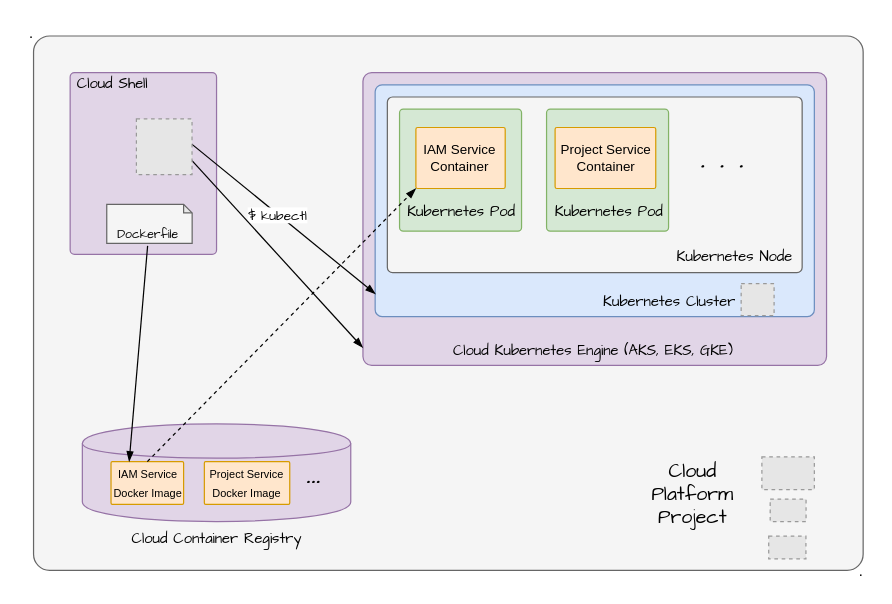
Earlier version of the draw.io diagram page "K8s" (2 of 4) of _files/High-Level_Design.drawio (aytekinyaliz/ylz-xyz-infra). Source tidied: cells renumbered, new cells numbered last; positions are measured from the earlier drawing's top-left corner, leaving out a move shared by most shapes. Both pictures are drawn from the tidied source at 122%, with x=0, y=0 at pixel (21, 21). Pictures stored in the file or linked from it are replaced by grey dashed boxes.
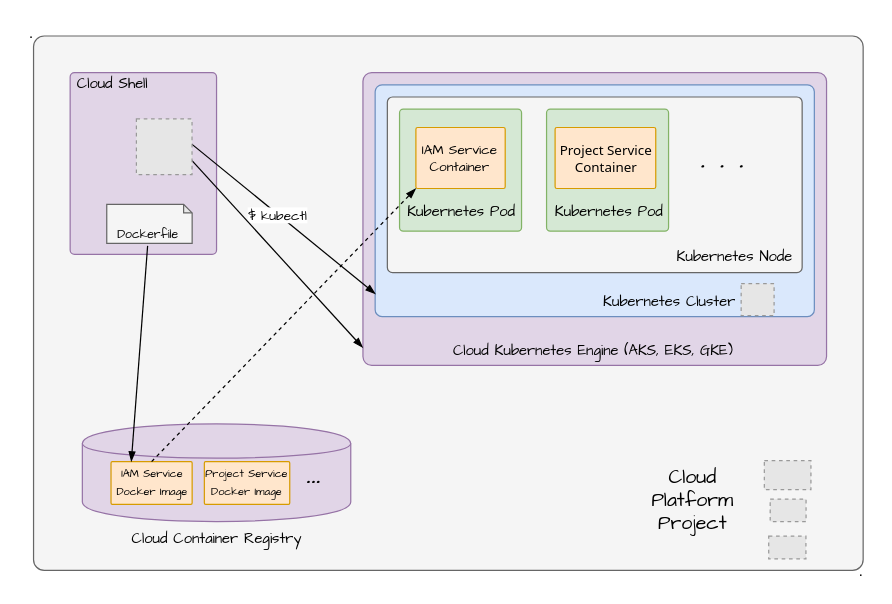
The same diagram, later.

The edit, as a diff of the source:
```diff
@@
-    <mxCell id="2" style="rounded=1;whiteSpace=wrap;html=1;arcSize=3;labelBackgroundColor=#ffffff;fillColor=#f5f5f5;strokeColor=#666666;fontColor=#333333;" parent="1" vertex="1">
+    <mxCell id="2" style="rounded=1;whiteSpace=wrap;html=1;arcSize=2;labelBackgroundColor=#ffffff;fillColor=#f5f5f5;strokeColor=#666666;fontColor=#333333;" parent="1" vertex="1">
       <mxGeometry x="10" y="12" width="680" height="438" as="geometry" />
     </mxCell>
@@
-    <mxCell id="13" value="IAM Service&lt;br style=&quot;font-size: 11px;&quot;&gt;Container" style="rounded=1;whiteSpace=wrap;html=1;arcSize=3;fillColor=#ffe6cc;strokeColor=#d79b00;fontSize=11;" parent="1" vertex="1">
+    <mxCell id="13" value="IAM Service&lt;br style=&quot;font-size: 11px;&quot;&gt;Container" style="rounded=1;whiteSpace=wrap;html=1;arcSize=3;fillColor=#ffe6cc;strokeColor=#d79b00;fontSize=11;fontFamily=Comic Sans MS;" parent="1" vertex="1">
       <mxGeometry x="323.4" y="87" width="73.2" height="50" as="geometry" />
     </mxCell>
@@
-    <mxCell id="16" value="Project Service Container" style="rounded=1;whiteSpace=wrap;html=1;arcSize=3;fillColor=#ffe6cc;strokeColor=#d79b00;fontSize=11;" parent="1" vertex="1">
+    <mxCell id="16" value="Project Service Container" style="rounded=1;whiteSpace=wrap;html=1;arcSize=3;fillColor=#ffe6cc;strokeColor=#d79b00;fontSize=11;fontFamily=Tahoma;" parent="1" vertex="1">
       <mxGeometry x="437.5" y="87" width="82.5" height="50" as="geometry" />
     </mxCell>
@@
-    <mxCell id="21" value="&lt;font style=&quot;font-size: 9px&quot;&gt;IAM Service&lt;br&gt;Docker Image&lt;br&gt;&lt;/font&gt;" style="rounded=1;whiteSpace=wrap;html=1;arcSize=3;fillColor=#ffe6cc;strokeColor=#d79b00;" parent="1" vertex="1">
-      <mxGeometry x="73.5" y="360.9" width="59.5" height="35" as="geometry" />
+    <mxCell id="21" value="&lt;font style=&quot;font-size: 9px&quot;&gt;IAM Service&lt;br&gt;Docker Image&lt;br&gt;&lt;/font&gt;" style="rounded=1;whiteSpace=wrap;html=1;arcSize=3;fillColor=#ffe6cc;strokeColor=#d79b00;fontFamily=Comic Sans MS;" parent="1" vertex="1">
+      <mxGeometry x="73.5" y="360.9" width="66.5" height="35" as="geometry" />
     </mxCell>
-    <mxCell id="22" value="&lt;font style=&quot;font-size: 9px&quot;&gt;Project Service&lt;br&gt;Docker Image&lt;br&gt;&lt;/font&gt;" style="rounded=1;whiteSpace=wrap;html=1;arcSize=3;fillColor=#ffe6cc;strokeColor=#d79b00;" parent="1" vertex="1">
+    <mxCell id="22" value="&lt;font style=&quot;font-size: 9px&quot;&gt;Project Service&lt;br&gt;Docker Image&lt;br&gt;&lt;/font&gt;" style="rounded=1;whiteSpace=wrap;html=1;arcSize=3;fillColor=#ffe6cc;strokeColor=#d79b00;fontFamily=Comic Sans MS;" parent="1" vertex="1">
       <mxGeometry x="150" y="360.9" width="70" height="35" as="geometry" />
     </mxCell>
@@
     <mxCell id="31" value="&lt;font style=&quot;font-size: 16px&quot;&gt;Cloud Platform Project&lt;/font&gt;" style="text;html=1;strokeColor=none;fillColor=none;align=center;verticalAlign=middle;whiteSpace=wrap;rounded=0;fontFamily=Comic Sans MS;fontSize=14;" parent="1" vertex="1">
-      <mxGeometry x="494" y="364.9" width="113" height="47" as="geometry" />
+      <mxGeometry x="494" y="369.9" width="113" height="47" as="geometry" />
     </mxCell>
     <mxCell id="32" style="fillColor=#E6E6E6;strokeColor=#999999;dashed=1;verticalLabelPosition=bottom;labelBackgroundColor=#ffffff;verticalAlign=top;" parent="1" vertex="1">
-      <mxGeometry x="607" y="357" width="43" height="26.9" as="geometry" />
+      <mxGeometry x="609" y="360" width="38.2" height="23.9" as="geometry" />
     </mxCell>
```
